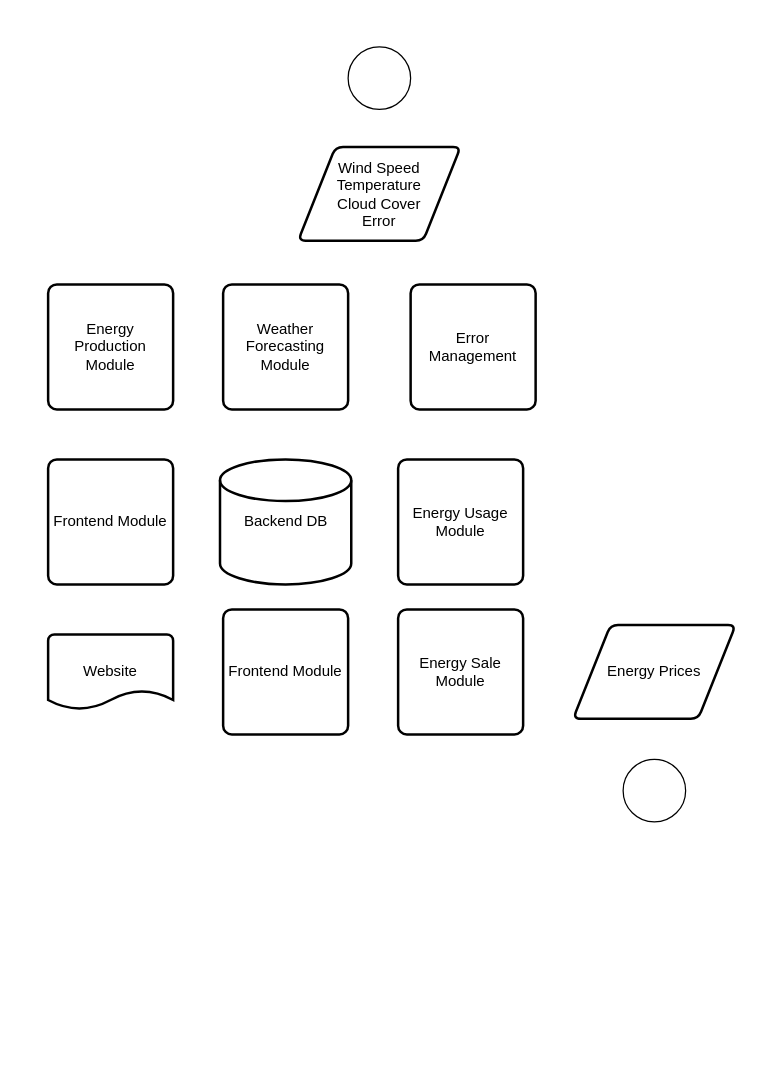
Above: Convergence.drawio in aber-wgr/ConvergenceDiagrams (draw.io), before the change. Source tidied: cells renumbered, new cells numbered last; positions are measured from the earlier drawing's top-left corner, leaving out a move shared by most shapes. Both pictures are drawn from the tidied source at 125%, with x=0, y=0 at pixel (48, 46).
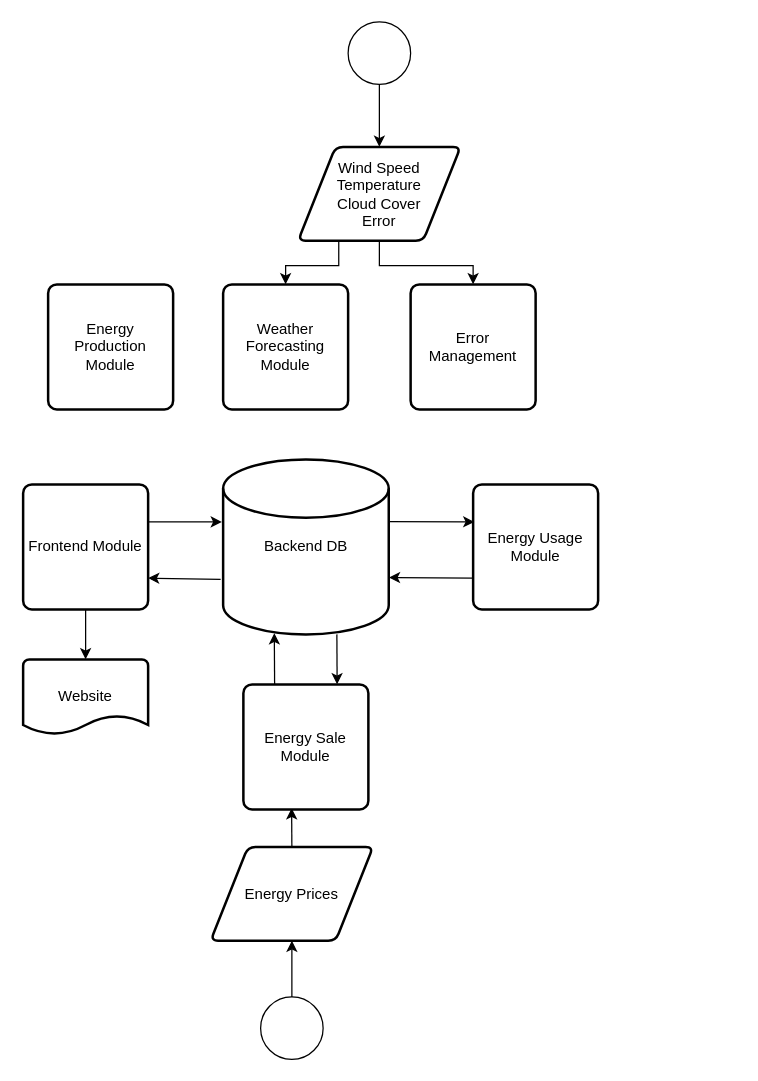
The same page after the edit.

The change refers to these unchanged cells:
```xml
<mxCell id="3" value="Wind Speed&lt;br&gt;Temperature&lt;br&gt;Cloud Cover&lt;br&gt;Error" style="shape=parallelogram;html=1;strokeWidth=2;perimeter=parallelogramPerimeter;whiteSpace=wrap;rounded=1;arcSize=12;size=0.23;" parent="1" vertex="1">
  <mxGeometry x="200" y="80" width="130" height="75" as="geometry" />
</mxCell>
<mxCell id="9" value="Weather Forecasting Module" style="rounded=1;whiteSpace=wrap;html=1;absoluteArcSize=1;arcSize=14;strokeWidth=2;" parent="1" vertex="1">
  <mxGeometry x="140" y="190" width="100" height="100" as="geometry" />
</mxCell>
<mxCell id="10" value="Error Management" style="rounded=1;whiteSpace=wrap;html=1;absoluteArcSize=1;arcSize=14;strokeWidth=2;" parent="1" vertex="1">
  <mxGeometry x="290" y="190" width="100" height="100" as="geometry" />
</mxCell>
```

Change to the diagram source:
```diff
@@
     <mxCell id="2" value="Backend DB" style="strokeWidth=2;html=1;shape=mxgraph.flowchart.database;whiteSpace=wrap;" parent="1" vertex="1">
-      <mxGeometry x="137.5" y="330" width="105" height="100" as="geometry" />
+      <mxGeometry x="140" y="330" width="132.5" height="140" as="geometry" />
     </mxCell>
+    <mxCell id="15" style="edgeStyle=orthogonalEdgeStyle;rounded=0;jettySize=auto;html=1;exitX=0.25;exitY=1;exitDx=0;exitDy=0;entryX=0.5;entryY=0;entryDx=0;entryDy=0;" parent="1" edge="1" source="3" target="9">
+      <mxGeometry relative="1" as="geometry" />
+    </mxCell>
+    <mxCell id="16" style="edgeStyle=orthogonalEdgeStyle;rounded=0;jettySize=auto;html=1;exitX=0.5;exitY=1;exitDx=0;exitDy=0;entryX=0.5;entryY=0;entryDx=0;entryDy=0;" parent="1" edge="1" source="3" target="10">
+      <mxGeometry relative="1" as="geometry" />
+    </mxCell>
@@
+    <mxCell id="17" style="edgeStyle=orthogonalEdgeStyle;rounded=0;jettySize=auto;html=1;exitX=0.5;exitY=1;exitDx=0;exitDy=0;" parent="1" edge="1" source="4" target="3">
+      <mxGeometry relative="1" as="geometry" />
+    </mxCell>
     <mxCell id="4" style="ellipse;whiteSpace=wrap;html=1;" parent="1" vertex="1">
-      <mxGeometry x="240" width="50" height="50" as="geometry" />
+      <mxGeometry x="240" y="-20" width="50" height="50" as="geometry" />
     </mxCell>
+    <mxCell id="18" style="edgeStyle=orthogonalEdgeStyle;rounded=0;jettySize=auto;html=1;entryX=0.5;entryY=1;entryDx=0;entryDy=0;" parent="1" edge="1" source="5" target="13">
+      <mxGeometry relative="1" as="geometry" />
+    </mxCell>
     <mxCell id="5" style="ellipse;whiteSpace=wrap;html=1;" parent="1" vertex="1">
-      <mxGeometry x="460" y="570" width="50" height="50" as="geometry" />
+      <mxGeometry x="170" y="760" width="50" height="50" as="geometry" />
     </mxCell>
     <mxCell id="6" value="Energy Usage Module" style="rounded=1;whiteSpace=wrap;html=1;absoluteArcSize=1;arcSize=14;strokeWidth=2;" parent="1" vertex="1">
-      <mxGeometry x="280" y="330" width="100" height="100" as="geometry" />
+      <mxGeometry x="340" y="350" width="100" height="100" as="geometry" />
     </mxCell>
+    <mxCell id="19" style="edgeStyle=orthogonalEdgeStyle;rounded=0;jettySize=auto;html=1;exitX=0.5;exitY=1;exitDx=0;exitDy=0;entryX=0.5;entryY=0;entryDx=0;entryDy=0;entryPerimeter=0;" parent="1" edge="1" source="7" target="11">
+      <mxGeometry relative="1" as="geometry" />
+    </mxCell>
     <mxCell id="7" value="Frontend Module" style="rounded=1;whiteSpace=wrap;html=1;absoluteArcSize=1;arcSize=14;strokeWidth=2;" parent="1" vertex="1">
-      <mxGeometry y="330" width="100" height="100" as="geometry" />
+      <mxGeometry x="-20" y="350" width="100" height="100" as="geometry" />
     </mxCell>
@@
     <mxCell id="11" value="Website" style="strokeWidth=2;html=1;shape=mxgraph.flowchart.document2;whiteSpace=wrap;size=0.25;" parent="1" vertex="1">
-      <mxGeometry y="470" width="100" height="60" as="geometry" />
+      <mxGeometry x="-20" y="490" width="100" height="60" as="geometry" />
     </mxCell>
-    <mxCell id="12" value="Frontend Module" style="rounded=1;whiteSpace=wrap;html=1;absoluteArcSize=1;arcSize=14;strokeWidth=2;" parent="1" vertex="1">
-      <mxGeometry x="140" y="450" width="100" height="100" as="geometry" />
-    </mxCell>
+    <mxCell id="20" style="edgeStyle=orthogonalEdgeStyle;rounded=0;jettySize=auto;html=1;exitX=0.5;exitY=0;exitDx=0;exitDy=0;entryX=0.386;entryY=0.991;entryDx=0;entryDy=0;entryPerimeter=0;" parent="1" edge="1" source="13" target="14">
+      <mxGeometry relative="1" as="geometry" />
+    </mxCell>
     <mxCell id="13" value="Energy Prices" style="shape=parallelogram;html=1;strokeWidth=2;perimeter=parallelogramPerimeter;whiteSpace=wrap;rounded=1;arcSize=12;size=0.23;" parent="1" vertex="1">
-      <mxGeometry x="420" y="462.5" width="130" height="75" as="geometry" />
+      <mxGeometry x="130" y="640" width="130" height="75" as="geometry" />
     </mxCell>
     <mxCell id="14" value="Energy Sale Module" style="rounded=1;whiteSpace=wrap;html=1;absoluteArcSize=1;arcSize=14;strokeWidth=2;" parent="1" vertex="1">
-      <mxGeometry x="280" y="450" width="100" height="100" as="geometry" />
+      <mxGeometry x="156.2" y="510" width="100" height="100" as="geometry" />
     </mxCell>
+    <mxCell id="21" style="endArrow=classic;html=1;exitX=-0.015;exitY=0.686;exitDx=0;exitDy=0;exitPerimeter=0;entryX=1;entryY=0.75;entryDx=0;entryDy=0;" parent="1" edge="1" source="2" target="7">
+      <mxGeometry relative="1" as="geometry" />
+    </mxCell>
+    <mxCell id="22" style="endArrow=classic;html=1;" parent="1" edge="1">
+      <mxGeometry relative="1" as="geometry">
+        <mxPoint x="80" y="380" as="sourcePoint" />
+        <mxPoint x="139" y="380" as="targetPoint" />
+      </mxGeometry>
+    </mxCell>
+    <mxCell id="23" style="endArrow=classic;html=1;exitX=0.25;exitY=0;exitDx=0;exitDy=0;entryX=0.309;entryY=0.993;entryDx=0;entryDy=0;entryPerimeter=0;" parent="1" edge="1" source="14" target="2">
+      <mxGeometry relative="1" as="geometry" />
+    </mxCell>
+    <mxCell id="24" style="endArrow=classic;html=1;entryX=0.75;entryY=0;entryDx=0;entryDy=0;" parent="1" edge="1" target="14">
+      <mxGeometry relative="1" as="geometry">
+        <mxPoint x="231" y="470" as="sourcePoint" />
+      </mxGeometry>
+    </mxCell>
+    <mxCell id="25" style="endArrow=classic;html=1;exitX=0;exitY=0.75;exitDx=0;exitDy=0;entryX=1.001;entryY=0.675;entryDx=0;entryDy=0;entryPerimeter=0;" parent="1" edge="1" source="6" target="2">
+      <mxGeometry relative="1" as="geometry" />
+    </mxCell>
+    <mxCell id="26" style="endArrow=classic;html=1;exitX=0.999;exitY=0.356;exitDx=0;exitDy=0;exitPerimeter=0;" parent="1" edge="1" source="2">
+      <mxGeometry relative="1" as="geometry">
+        <mxPoint x="341" y="380" as="targetPoint" />
+        <Array as="points">
+          <mxPoint x="341" y="380" />
+        </Array>
+      </mxGeometry>
+    </mxCell>
```
